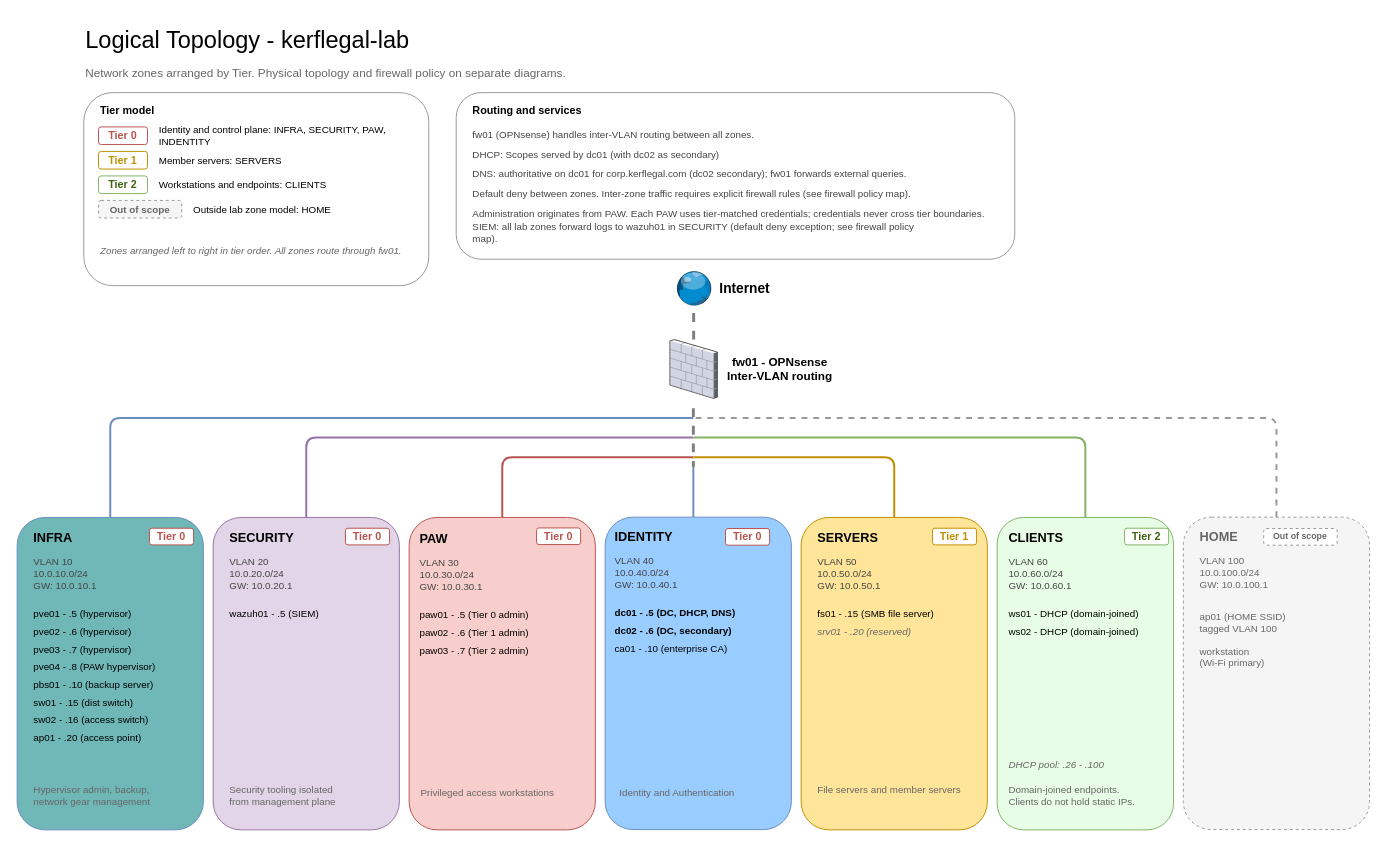
Earlier version of the draw.io diagram diagrams/logical-topology.drawio (ncbarrett90/kerflegal-lab). Source tidied: cells renumbered, new cells numbered last; positions are measured from the earlier drawing's top-left corner, leaving out a move shared by most shapes. Both pictures are drawn from the tidied source at 98%, with x=0, y=0 at pixel (17, 17).
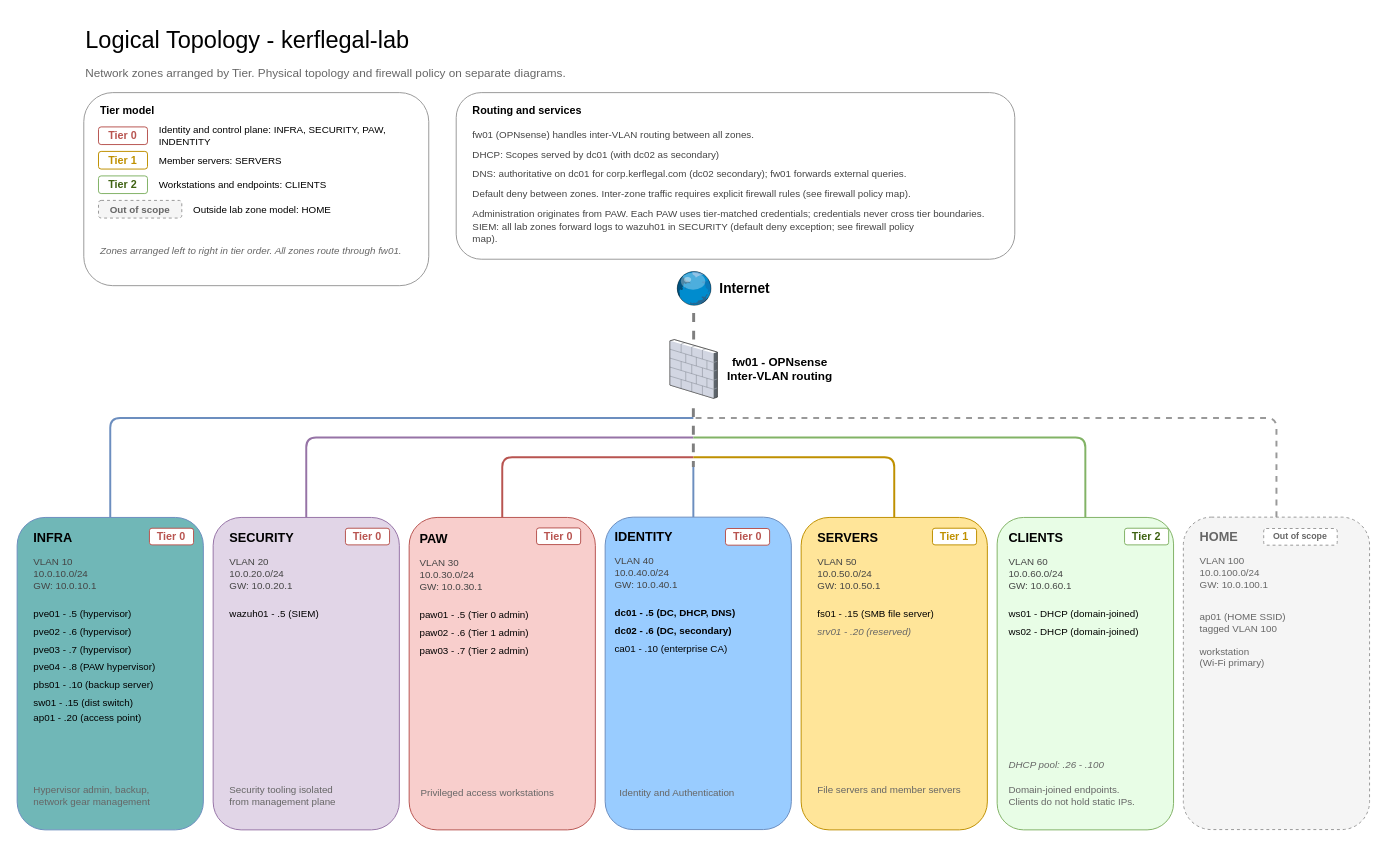
After the change.

The edit, as a diff of the source:
```diff
@@
-    <mxCell id="29" value="sw02 - .16 (access switch)" style="text;html=1;strokeColor=none;fillColor=none;align=left;verticalAlign=middle;whiteSpace=wrap;rounded=0;fontSize=10;" parent="1" vertex="1">
-      <mxGeometry x="15" y="708.5" width="170" height="16" as="geometry" />
-    </mxCell>
     <mxCell id="30" value="ap01 - .20 (access point)" style="text;html=1;strokeColor=none;fillColor=none;align=left;verticalAlign=middle;whiteSpace=wrap;rounded=0;fontSize=10;" parent="1" vertex="1">
-      <mxGeometry x="15" y="726.5" width="170" height="16" as="geometry" />
+      <mxGeometry x="15" y="706.5" width="170" height="16" as="geometry" />
     </mxCell>
```
